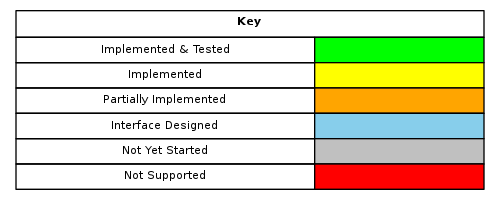
Aeronavics/ValleyForge keeps this Graphviz diagram as doc/zim-valleyforge/HAL/img/support-key.png. Above is the earlier version. Its source is kept beside it as doc/zim-valleyforge/HAL/img/support-key.dot. Its diagram source:
```dot
digraph structs {
node [shape=plaintext]
struct1 [label=<
<FONT POINT-SIZE="8" FACE="sans-serif">
<TABLE BORDER="0" CELLBORDER="1" CELLSPACING="0" CELLPADDING="4">

<tr><td colspan="2" width="350"><b>Key</b></td></tr>
<tr><td>Implemented &amp; Tested</td><td bgcolor="green"></td></tr>
<tr><td>Implemented</td><td bgcolor="yellow"></td></tr>
<tr><td>Partially Implemented</td><td bgcolor="orange"></td></tr>
<tr><td>Interface Designed</td><td bgcolor="skyblue"></td></tr>
<tr><td>Not Yet Started</td><td bgcolor="gray"></td></tr>
<tr><td>Not Supported</td><td bgcolor="red"></td></tr>
</TABLE>
</FONT>
>];
}
```
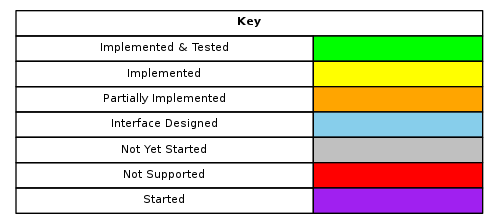
Later version of the same file.

Commit message:
Added field to the wiki progress table for ATmega8-16AU, and added 'started' option to key

Change to the diagram source:
```diff
@@ -11,6 +11,7 @@
 <tr><td>Interface Designed</td><td bgcolor="skyblue"></td></tr>
 <tr><td>Not Yet Started</td><td bgcolor="gray"></td></tr>
 <tr><td>Not Supported</td><td bgcolor="red"></td></tr>
+<tr><td>Started</td><td bgcolor="purple"></td></tr>
 </TABLE>
 </FONT>
 >];
```
